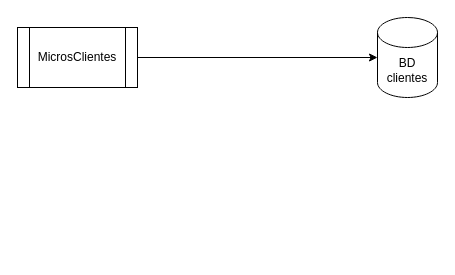
This is diagrama_microservices.drawio from ajoelflores124/everbanco, a draw.io file, before an edit. Source tidied: cells renumbered, new cells numbered last; positions are measured from the earlier drawing's top-left corner, leaving out a move shared by most shapes. Both pictures are drawn from the tidied source at 100%, with x=0, y=0 at pixel (17, 17).
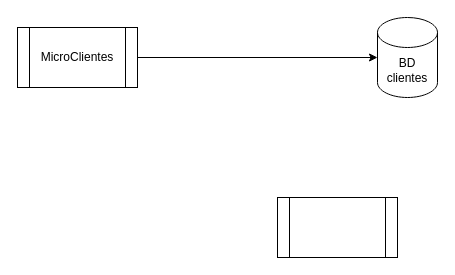
Above is the later version.

What changed in the source:
```diff
@@
 <mxGraphModel>
   <root>
     <mxCell id="0" />
     <mxCell id="1" parent="0" />
-    <mxCell id="2" value="MicrosClientes" style="shape=process;whiteSpace=wrap;html=1;backgroundOutline=1;" parent="1" vertex="1">
+    <mxCell id="2" value="MicroClientes" style="shape=process;whiteSpace=wrap;html=1;backgroundOutline=1;" parent="1" vertex="1">
       <mxGeometry y="10" width="120" height="60" as="geometry" />
     </mxCell>
     <mxCell id="3" value="BD&lt;br&gt;clientes" style="shape=cylinder3;whiteSpace=wrap;html=1;boundedLbl=1;backgroundOutline=1;size=15;" parent="1" vertex="1">
       <mxGeometry x="360" width="60" height="80" as="geometry" />
     </mxCell>
     <mxCell id="4" style="endArrow=classic;html=1;exitX=1;exitY=0.5;exitDx=0;exitDy=0;entryX=0;entryY=0.5;entryDx=0;entryDy=0;entryPerimeter=0;" parent="1" edge="1" source="2" target="3">
       <mxGeometry relative="1" as="geometry" />
     </mxCell>
+    <mxCell id="5" style="shape=process;whiteSpace=wrap;html=1;backgroundOutline=1;" parent="1" vertex="1">
+      <mxGeometry x="260" y="180" width="120" height="60" as="geometry" />
+    </mxCell>
   </root>
 </mxGraphModel>
```
